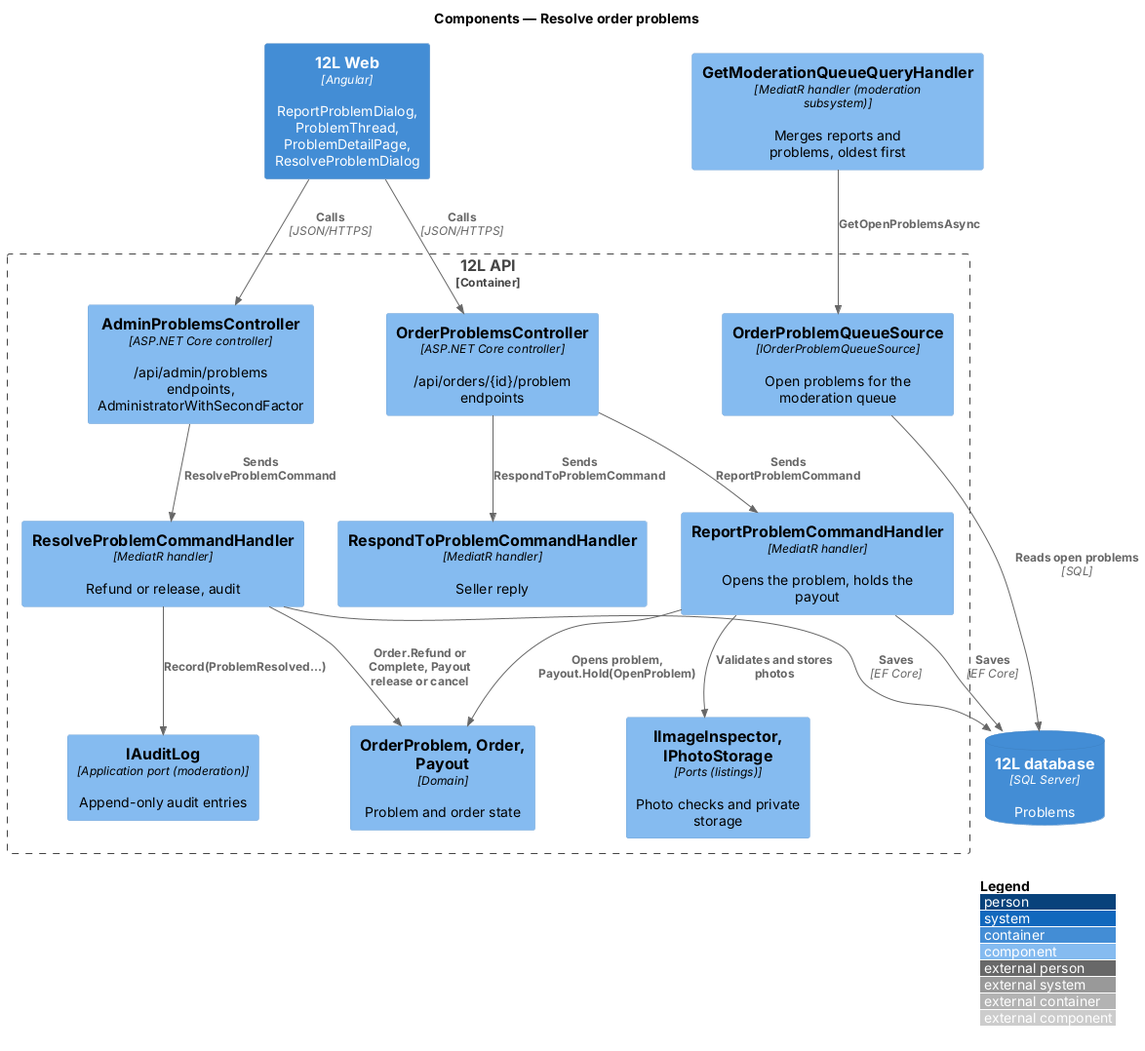
QuinntyneBrown/12l keeps this PlantUML diagram as docs/detailed-designs/orders/resolve-order-problems/diagrams/c4-component.png. Above is the earlier version.
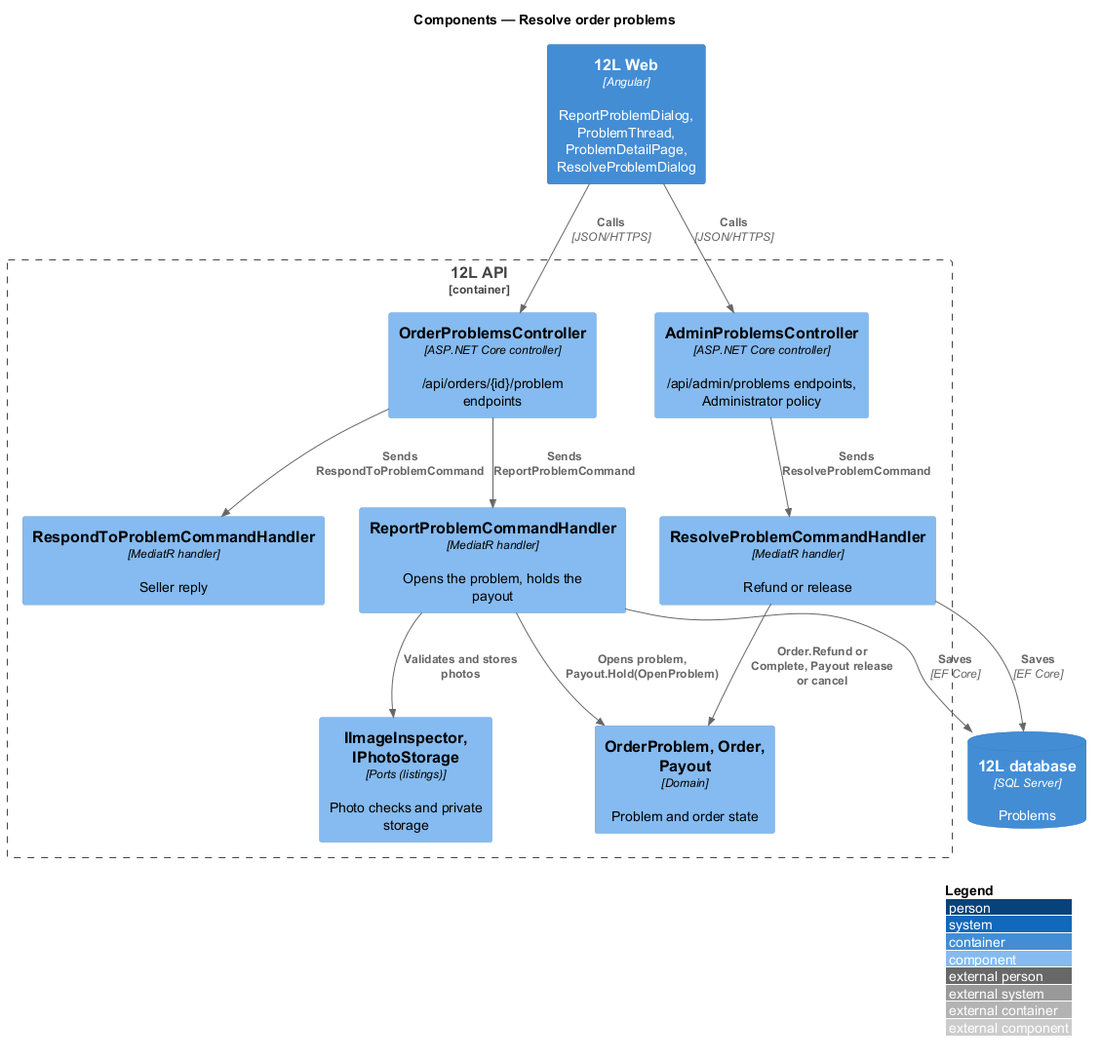
After the change.

What changed in the source:
```diff
@@ -6,28 +6,22 @@
 Container(web, "12L Web", "Angular", "ReportProblemDialog, ProblemThread, ProblemDetailPage, ResolveProblemDialog")
 Container_Boundary(api, "12L API") {
   Component(oc, "OrderProblemsController", "ASP.NET Core controller", "/api/orders/{id}/problem endpoints")
-  Component(ac, "AdminProblemsController", "ASP.NET Core controller", "/api/admin/problems endpoints, AdministratorWithSecondFactor")
+  Component(ac, "AdminProblemsController", "ASP.NET Core controller", "/api/admin/problems endpoints, Administrator policy")
   Component(rep, "ReportProblemCommandHandler", "MediatR handler", "Opens the problem, holds the payout")
   Component(resp, "RespondToProblemCommandHandler", "MediatR handler", "Seller reply")
-  Component(res, "ResolveProblemCommandHandler", "MediatR handler", "Refund or release, audit")
-  Component(q, "OrderProblemQueueSource", "IOrderProblemQueueSource", "Open problems for the moderation queue")
+  Component(res, "ResolveProblemCommandHandler", "MediatR handler", "Refund or release")
   Component(dom, "OrderProblem, Order, Payout", "Domain", "Problem and order state")
-  Component(audit, "IAuditLog", "Application port (moderation)", "Append-only audit entries")
   Component(img, "IImageInspector, IPhotoStorage", "Ports (listings)", "Photo checks and private storage")
 }
-Component(mod, "GetModerationQueueQueryHandler", "MediatR handler (moderation subsystem)", "Merges reports and problems, oldest first")
 ContainerDb(db, "12L database", "SQL Server", "Problems")
 Rel(web, oc, "Calls", "JSON/HTTPS")
 Rel(web, ac, "Calls", "JSON/HTTPS")
 Rel(oc, rep, "Sends ReportProblemCommand")
 Rel(oc, resp, "Sends RespondToProblemCommand")
 Rel(ac, res, "Sends ResolveProblemCommand")
-Rel(mod, q, "GetOpenProblemsAsync")
 Rel(rep, img, "Validates and stores photos")
 Rel(rep, dom, "Opens problem, Payout.Hold(OpenProblem)")
 Rel(res, dom, "Order.Refund or Complete, Payout release or cancel")
-Rel(res, audit, "Record(ProblemResolved...)")
 Rel(rep, db, "Saves", "EF Core")
 Rel(res, db, "Saves", "EF Core")
-Rel(q, db, "Reads open problems", "SQL")
 @enduml
```
